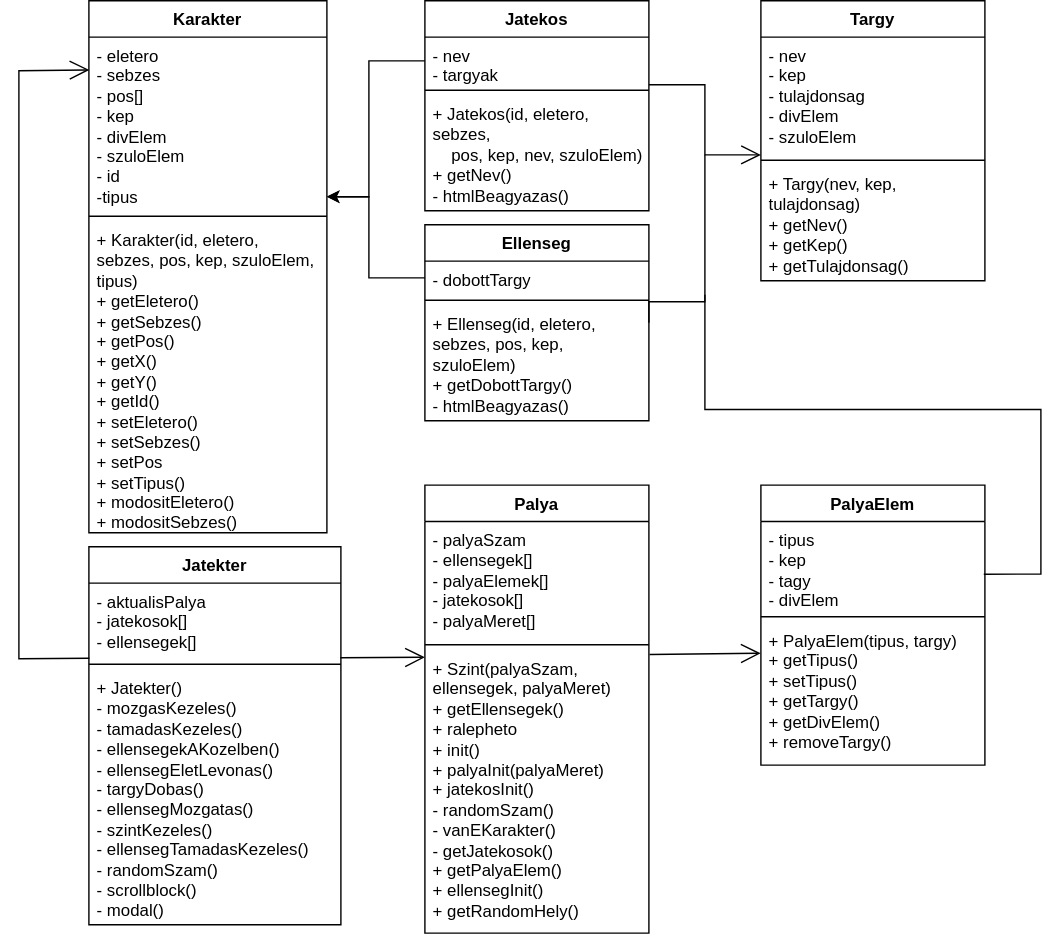
Earlier version of the draw.io export Dokumentumok/Jatek_Osztalyok.svg (Ez-meg-egyes/Multiplayer-jatek). Source tidied: cells renumbered, new cells last; positions are measured from the earlier drawing's top-left corner, leaving out a move shared by most shapes.
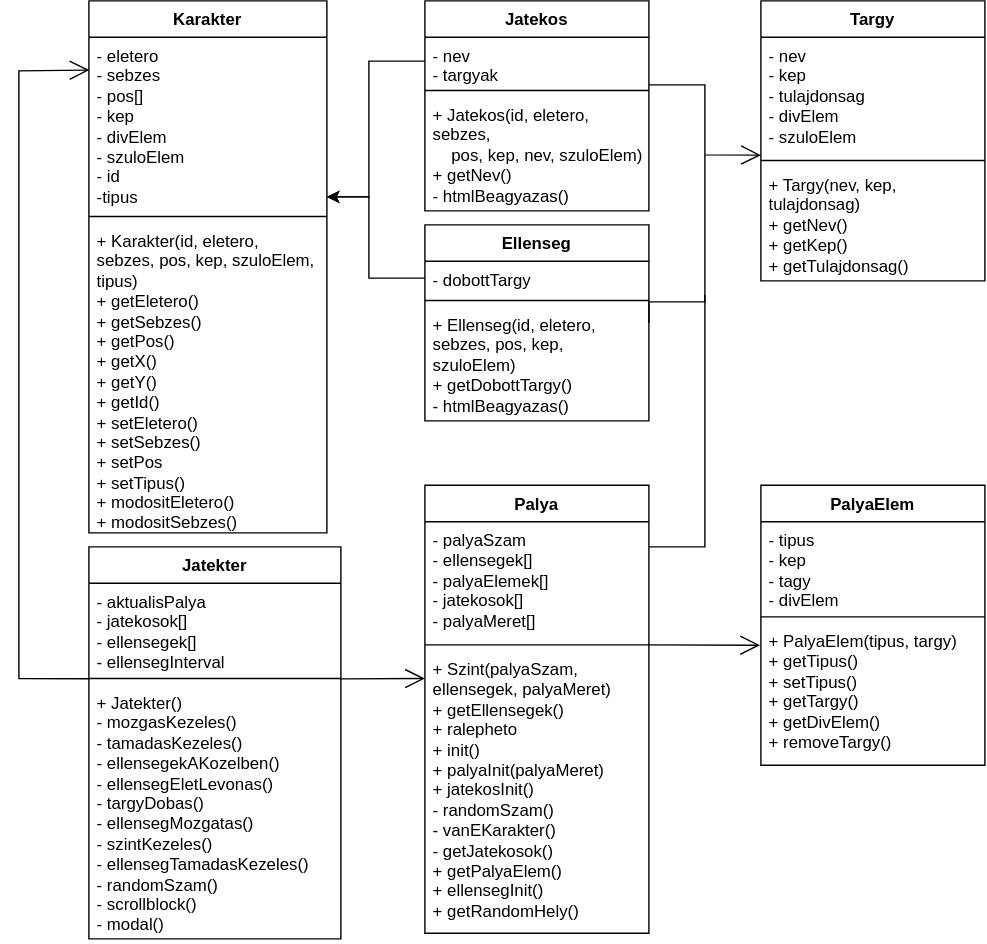
After the commit.

Commit message:
bugfix 2 : Palindromot nem frissíti ha az ellenség nyert + UML javítva

Change to the diagram source:
```diff
@@ -60,16 +60,16 @@
       <mxGeometry y="68" width="160" height="82" as="geometry" />
     </mxCell>
     <mxCell id="19" value="Jatekter" style="swimlane;fontStyle=1;align=center;verticalAlign=top;horizontal=1;startSize=26;whiteSpace=wrap;html=1;" parent="1" vertex="1">
-      <mxGeometry x="50" y="390" width="180" height="270" as="geometry" />
+      <mxGeometry x="50" y="390" width="180" height="280" as="geometry" />
     </mxCell>
-    <mxCell id="20" value="- aktualisPalya&lt;br&gt;- jatekosok[]&lt;br&gt;- ellensegek[]" style="text;strokeColor=none;fillColor=none;align=left;verticalAlign=top;spacingLeft=4;spacingRight=4;overflow=hidden;points=[[0,0.5],[1,0.5]];portConstraint=eastwest;whiteSpace=wrap;html=1;" parent="19" vertex="1">
-      <mxGeometry y="26" width="180" height="54" as="geometry" />
+    <mxCell id="20" value="- aktualisPalya&lt;br&gt;- jatekosok[]&lt;br&gt;- ellensegek[]&lt;br&gt;- ellensegInterval" style="text;strokeColor=none;fillColor=none;align=left;verticalAlign=top;spacingLeft=4;spacingRight=4;overflow=hidden;points=[[0,0.5],[1,0.5]];portConstraint=eastwest;whiteSpace=wrap;html=1;" parent="19" vertex="1">
+      <mxGeometry y="26" width="180" height="64" as="geometry" />
     </mxCell>
     <mxCell id="21" style="line;strokeWidth=1;fillColor=none;align=left;verticalAlign=middle;spacingTop=-1;spacingLeft=3;spacingRight=3;labelPosition=right;points=[];portConstraint=eastwest;strokeColor=inherit;" parent="19" vertex="1">
-      <mxGeometry y="80" width="180" height="8" as="geometry" />
+      <mxGeometry y="90" width="180" height="8" as="geometry" />
     </mxCell>
     <mxCell id="22" value="+ Jatekter()&lt;br&gt;- mozgasKezeles()&lt;br&gt;- tamadasKezeles()&lt;br&gt;-&amp;nbsp;ellensegekAKozelben()&lt;br&gt;- ellensegEletLevonas()&lt;br&gt;- targyDobas()&lt;br&gt;- ellensegMozgatas()&lt;br&gt;- szintKezeles()&lt;br&gt;- ellensegTamadasKezeles()&lt;br&gt;- randomSzam()&lt;br&gt;- scrollblock()&lt;br&gt;- modal()" style="text;strokeColor=none;fillColor=none;align=left;verticalAlign=top;spacingLeft=4;spacingRight=4;overflow=hidden;whiteSpace=wrap;html=1;" parent="19" vertex="1">
-      <mxGeometry y="88" width="180" height="182" as="geometry" />
+      <mxGeometry y="98" width="180" height="182" as="geometry" />
     </mxCell>
     <mxCell id="23" value="Karakter" style="swimlane;fontStyle=1;align=center;verticalAlign=top;horizontal=1;startSize=26;whiteSpace=wrap;html=1;" parent="1" vertex="1">
       <mxGeometry x="50" width="170" height="380" as="geometry" />
@@ -104,8 +104,10 @@
         </Array>
       </mxGeometry>
     </mxCell>
-    <mxCell id="32" style="endArrow=open;endFill=1;endSize=12;html=1;rounded=0;exitX=1.003;exitY=0.015;exitDx=0;exitDy=0;exitPerimeter=0;entryX=-0.001;entryY=0.217;entryDx=0;entryDy=0;entryPerimeter=0;" parent="1" edge="1" source="9" target="30">
-      <mxGeometry relative="1" as="geometry" />
+    <mxCell id="32" style="endArrow=open;endFill=1;endSize=12;html=1;rounded=0;entryX=-0.004;entryY=0.159;entryDx=0;entryDy=0;entryPerimeter=0;" parent="1" edge="1" target="30">
+      <mxGeometry relative="1" as="geometry">
+        <mxPoint x="450" y="460" as="sourcePoint" />
+      </mxGeometry>
     </mxCell>
     <mxCell id="33" style="endArrow=open;endFill=1;endSize=12;html=1;rounded=0;entryX=0;entryY=1.002;entryDx=0;entryDy=0;entryPerimeter=0;" parent="1" edge="1" target="3">
       <mxGeometry relative="1" as="geometry">
@@ -124,28 +126,28 @@
         </Array>
       </mxGeometry>
     </mxCell>
-    <mxCell id="35" style="endArrow=none;html=1;edgeStyle=orthogonalEdgeStyle;rounded=0;exitX=0.995;exitY=0.588;exitDx=0;exitDy=0;exitPerimeter=0;" parent="1" edge="1" source="28">
+    <mxCell id="35" style="endArrow=none;html=1;edgeStyle=orthogonalEdgeStyle;rounded=0;" parent="1" edge="1">
       <mxGeometry relative="1" as="geometry">
+        <mxPoint x="450" y="390" as="sourcePoint" />
         <mxPoint x="490" y="210" as="targetPoint" />
         <Array as="points">
-          <mxPoint x="730" y="410" />
-          <mxPoint x="730" y="292" />
-          <mxPoint x="490" y="292" />
+          <mxPoint x="452" y="390" />
+          <mxPoint x="490" y="390" />
         </Array>
       </mxGeometry>
     </mxCell>
-    <mxCell id="36" style="endArrow=open;endFill=1;endSize=12;html=1;rounded=0;exitX=0.002;exitY=0.994;exitDx=0;exitDy=0;exitPerimeter=0;entryX=0.002;entryY=0.189;entryDx=0;entryDy=0;entryPerimeter=0;" parent="1" edge="1" source="20" target="24">
+    <mxCell id="36" style="endArrow=open;endFill=1;endSize=12;html=1;rounded=0;exitX=0.002;exitY=0.52;exitDx=0;exitDy=0;exitPerimeter=0;entryX=0.002;entryY=0.189;entryDx=0;entryDy=0;entryPerimeter=0;" parent="1" edge="1" source="21" target="24">
       <mxGeometry relative="1" as="geometry">
         <Array as="points">
-          <mxPoint y="470" />
+          <mxPoint y="484" />
           <mxPoint y="416" />
           <mxPoint y="50" />
         </Array>
       </mxGeometry>
     </mxCell>
-    <mxCell id="37" style="endArrow=open;endFill=1;endSize=12;html=1;rounded=0;exitX=0.998;exitY=0.988;exitDx=0;exitDy=0;exitPerimeter=0;" parent="1" edge="1" source="20">
+    <mxCell id="37" style="endArrow=open;endFill=1;endSize=12;html=1;rounded=0;exitX=0.996;exitY=0.535;exitDx=0;exitDy=0;exitPerimeter=0;" parent="1" edge="1" source="21">
       <mxGeometry relative="1" as="geometry">
-        <mxPoint x="290" y="469" as="targetPoint" />
+        <mxPoint x="290" y="484" as="targetPoint" />
       </mxGeometry>
     </mxCell>
   </root>
```
